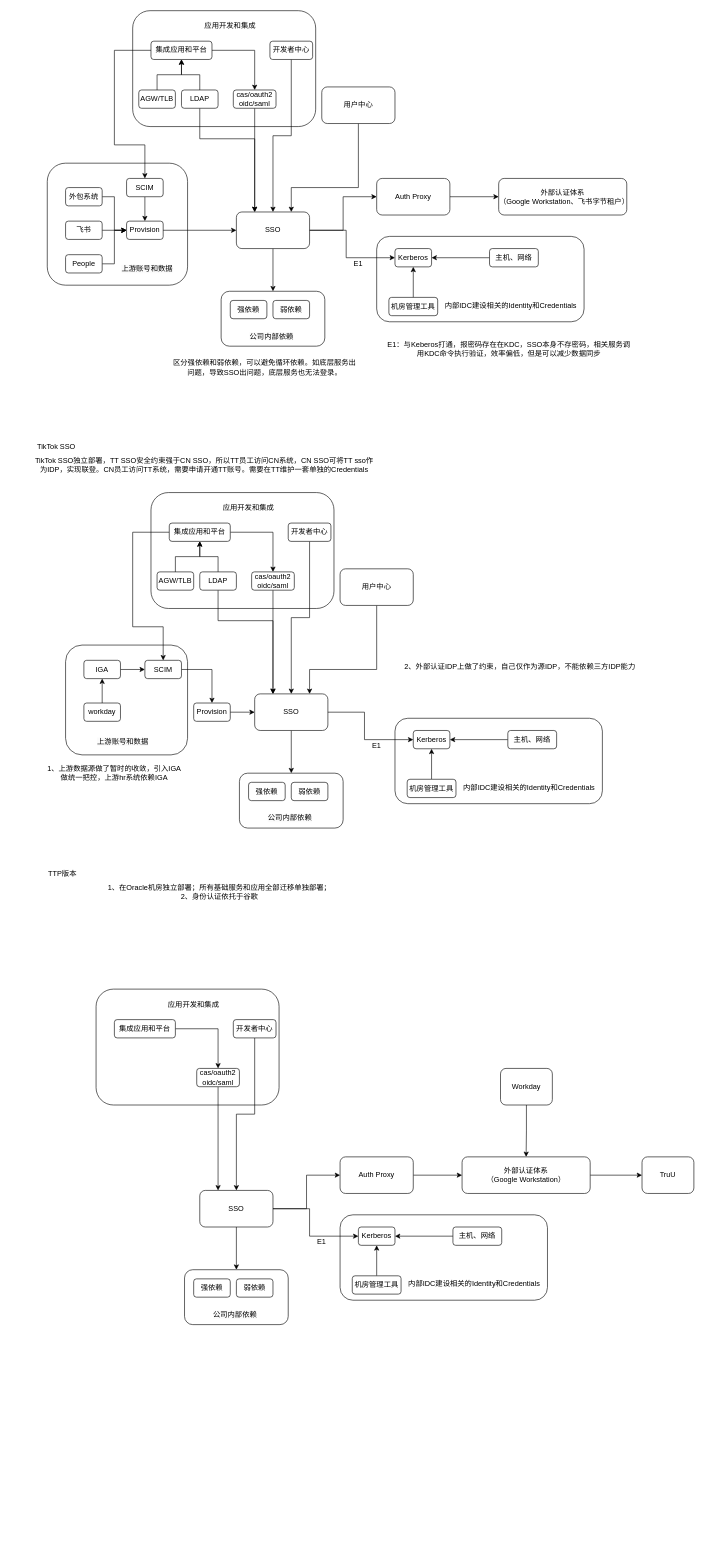
This is 字节sso架构.drawio from yamilinqh/spicedb, a draw.io file, before an edit. Source tidied: cells renumbered, new cells numbered last; positions are measured from the earlier drawing's top-left corner, leaving out a move shared by most shapes. Both pictures are drawn from the tidied source at 61%, with x=0, y=0 at pixel (10, 10).
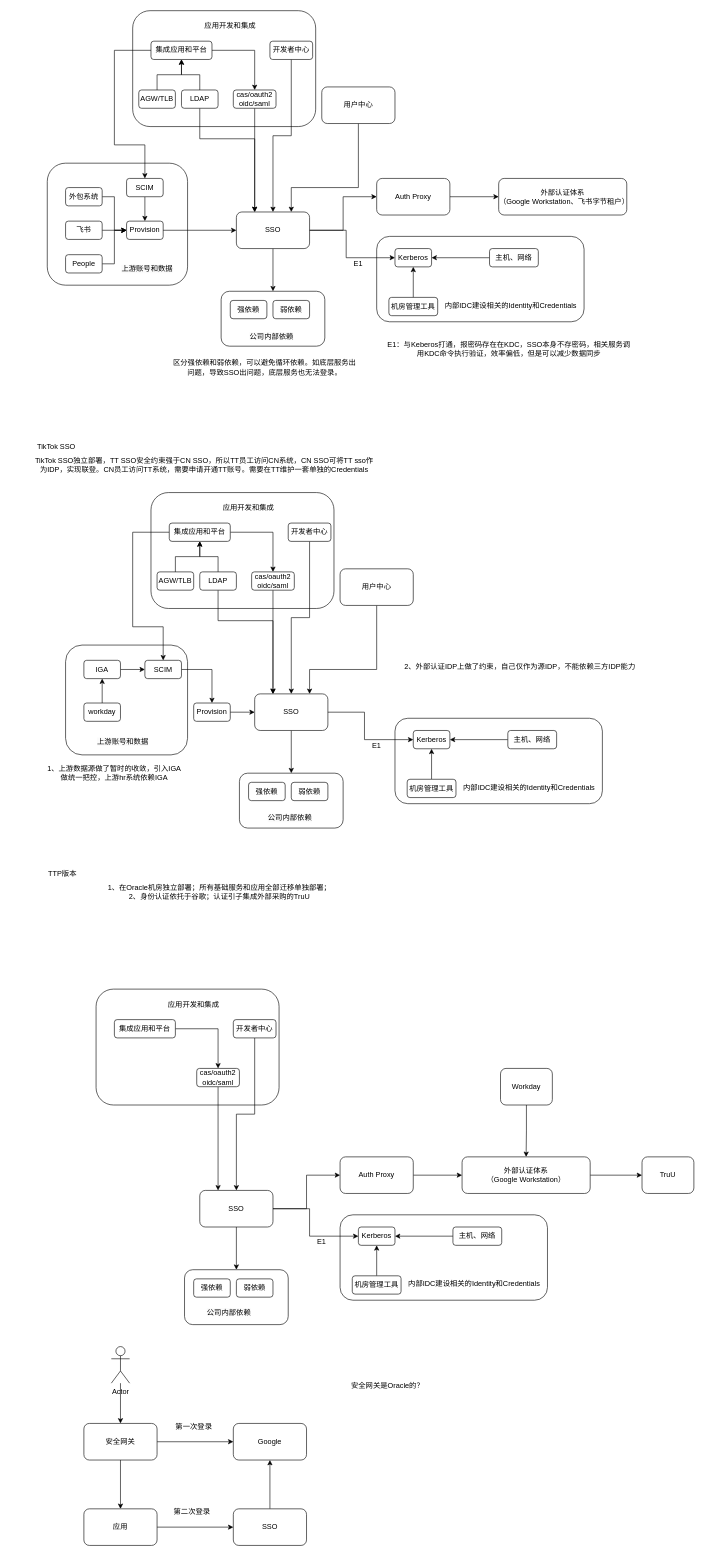
The same page after the edit.

Change to the diagram source:
```diff
@@
     <mxCell id="115" value="&lt;span style=&quot;color: rgb(0, 0, 0); font-family: Helvetica; font-size: 12px; font-style: normal; font-variant-ligatures: normal; font-variant-caps: normal; font-weight: 400; letter-spacing: normal; orphans: 2; text-align: center; text-indent: 0px; text-transform: none; widows: 2; word-spacing: 0px; -webkit-text-stroke-width: 0px; white-space: normal; background-color: rgb(251, 251, 251); text-decoration-thickness: initial; text-decoration-style: initial; text-decoration-color: initial; display: inline !important; float: none;&quot;&gt;公司内部依赖&lt;/span&gt;" style="text;whiteSpace=wrap;html=1;" parent="1" vertex="1">
-      <mxGeometry x="330" y="2124" width="110" height="40" as="geometry" />
+      <mxGeometry x="320" y="2120" width="110" height="40" as="geometry" />
     </mxCell>
@@
-    <mxCell id="128" value="1、在Oracle机房独立部署；所有基础服务和应用全部迁移单独部署；&lt;br&gt;2、身份认证依托于谷歌" style="text;html=1;align=center;verticalAlign=middle;whiteSpace=wrap;rounded=0;" parent="1" vertex="1">
+    <mxCell id="128" value="1、在Oracle机房独立部署；所有基础服务和应用全部迁移单独部署；&lt;br&gt;2、身份认证依托于谷歌；认证引子集成外部采购的TruU" style="text;html=1;align=center;verticalAlign=middle;whiteSpace=wrap;rounded=0;" parent="1" vertex="1">
       <mxGeometry x="60" y="1430" width="565" height="30" as="geometry" />
     </mxCell>
+    <mxCell id="129" style="edgeStyle=orthogonalEdgeStyle;rounded=0;jettySize=auto;html=1;" parent="1" edge="1" source="131" target="132">
+      <mxGeometry relative="1" as="geometry" />
+    </mxCell>
+    <mxCell id="130" style="edgeStyle=orthogonalEdgeStyle;rounded=0;jettySize=auto;html=1;" parent="1" edge="1" source="131" target="134">
+      <mxGeometry relative="1" as="geometry" />
+    </mxCell>
+    <mxCell id="131" value="安全网关" style="rounded=1;whiteSpace=wrap;html=1;" parent="1" vertex="1">
+      <mxGeometry x="120" y="2316" width="120" height="60" as="geometry" />
+    </mxCell>
+    <mxCell id="132" value="Google" style="rounded=1;whiteSpace=wrap;html=1;" parent="1" vertex="1">
+      <mxGeometry x="365" y="2316" width="120" height="60" as="geometry" />
+    </mxCell>
+    <mxCell id="133" style="edgeStyle=orthogonalEdgeStyle;rounded=0;jettySize=auto;html=1;" parent="1" edge="1" source="134" target="136">
+      <mxGeometry relative="1" as="geometry" />
+    </mxCell>
+    <mxCell id="134" value="应用" style="rounded=1;whiteSpace=wrap;html=1;" parent="1" vertex="1">
+      <mxGeometry x="120" y="2456" width="120" height="60" as="geometry" />
+    </mxCell>
+    <mxCell id="135" style="edgeStyle=orthogonalEdgeStyle;rounded=0;jettySize=auto;html=1;" parent="1" edge="1" source="136" target="132">
+      <mxGeometry relative="1" as="geometry" />
+    </mxCell>
+    <mxCell id="136" value="SSO" style="rounded=1;whiteSpace=wrap;html=1;" parent="1" vertex="1">
+      <mxGeometry x="365" y="2456" width="120" height="60" as="geometry" />
+    </mxCell>
+    <mxCell id="137" value="第一次登录" style="text;html=1;align=center;verticalAlign=middle;whiteSpace=wrap;rounded=0;" parent="1" vertex="1">
+      <mxGeometry x="262.5" y="2306" width="75" height="30" as="geometry" />
+    </mxCell>
+    <mxCell id="138" value="第二次登录" style="text;html=1;align=center;verticalAlign=middle;whiteSpace=wrap;rounded=0;" parent="1" vertex="1">
+      <mxGeometry x="260" y="2446" width="75" height="30" as="geometry" />
+    </mxCell>
+    <mxCell id="139" style="edgeStyle=orthogonalEdgeStyle;rounded=0;jettySize=auto;html=1;" parent="1" edge="1" source="140" target="131">
+      <mxGeometry relative="1" as="geometry" />
+    </mxCell>
+    <mxCell id="140" value="Actor" style="shape=umlActor;verticalLabelPosition=bottom;verticalAlign=top;html=1;outlineConnect=0;" parent="1" vertex="1">
+      <mxGeometry x="165" y="2190" width="30" height="60" as="geometry" />
+    </mxCell>
+    <mxCell id="141" value="安全网关是Oracle的？" style="text;html=1;align=center;verticalAlign=middle;whiteSpace=wrap;rounded=0;" parent="1" vertex="1">
+      <mxGeometry x="545" y="2240" width="146" height="30" as="geometry" />
+    </mxCell>
```
